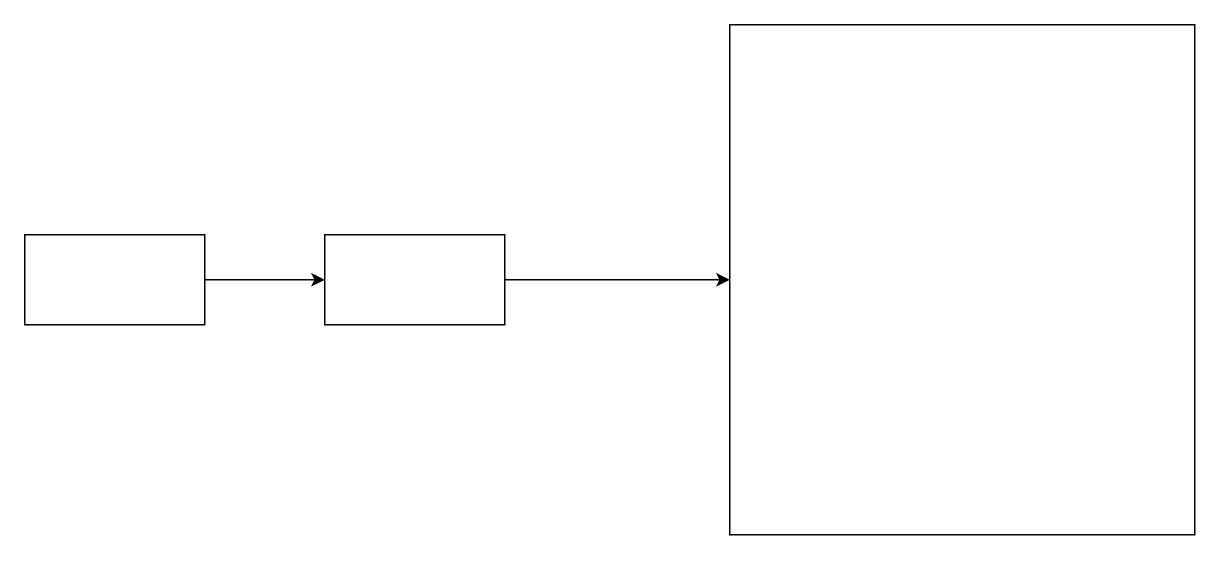
Before: 未命名绘图.drawio in Guoooozy/FlowChart, a draw.io diagram. Source tidied: cells renumbered, new cells numbered last; positions are measured from the earlier drawing's top-left corner, leaving out a move shared by most shapes. Both pictures are drawn from the tidied source at 150%, with x=0, y=0 at pixel (24, 24).
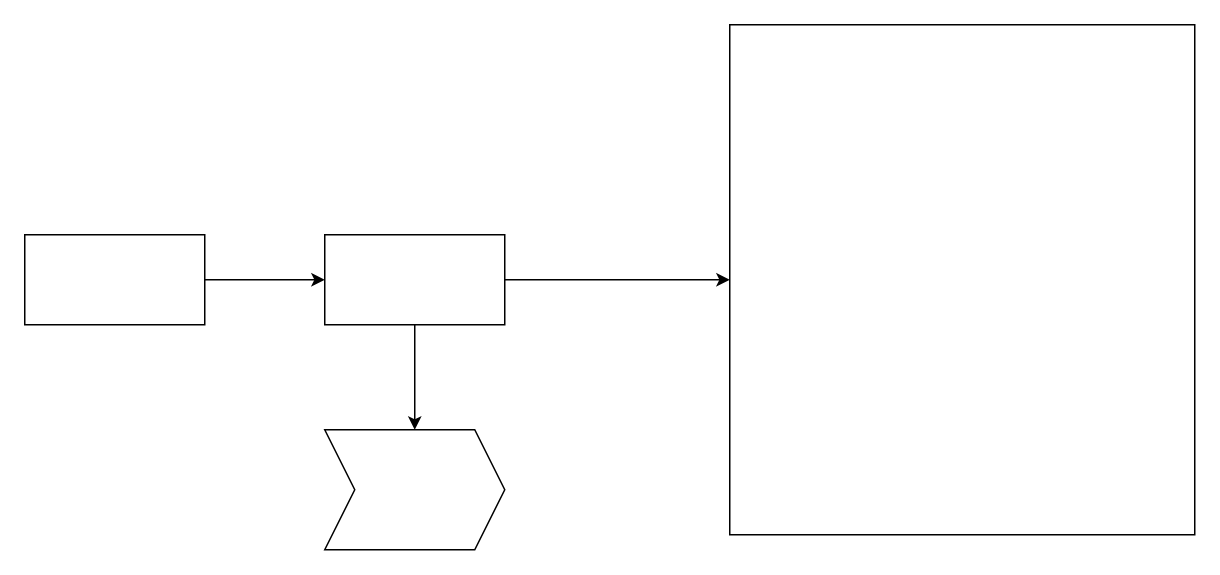
After the change.

Diff of the diagram source:
```diff
@@
 <mxGraphModel>
   <root>
     <mxCell id="0" />
     <mxCell id="1" parent="0" />
     <mxCell id="2" style="edgeStyle=orthogonalEdgeStyle;rounded=0;jettySize=auto;html=1;" parent="1" edge="1" source="3" target="5">
       <mxGeometry relative="1" as="geometry" />
     </mxCell>
     <mxCell id="3" style="rounded=0;whiteSpace=wrap;html=1;" parent="1" vertex="1">
       <mxGeometry y="140" width="120" height="60" as="geometry" />
     </mxCell>
     <mxCell id="4" style="edgeStyle=orthogonalEdgeStyle;rounded=0;jettySize=auto;html=1;" parent="1" edge="1" source="5" target="6">
       <mxGeometry relative="1" as="geometry" />
     </mxCell>
+    <mxCell id="7" style="edgeStyle=orthogonalEdgeStyle;rounded=0;jettySize=auto;html=1;" parent="1" edge="1" source="5" target="8">
+      <mxGeometry relative="1" as="geometry" />
+    </mxCell>
     <mxCell id="5" style="rounded=0;whiteSpace=wrap;html=1;" parent="1" vertex="1">
       <mxGeometry x="200" y="140" width="120" height="60" as="geometry" />
     </mxCell>
     <mxCell id="6" style="rounded=0;whiteSpace=wrap;html=1;" parent="1" vertex="1">
       <mxGeometry x="470" width="310" height="340" as="geometry" />
     </mxCell>
+    <mxCell id="8" style="shape=step;perimeter=stepPerimeter;whiteSpace=wrap;html=1;fixedSize=1;rounded=0;" parent="1" vertex="1">
+      <mxGeometry x="200" y="270" width="120" height="80" as="geometry" />
+    </mxCell>
   </root>
 </mxGraphModel>
```
